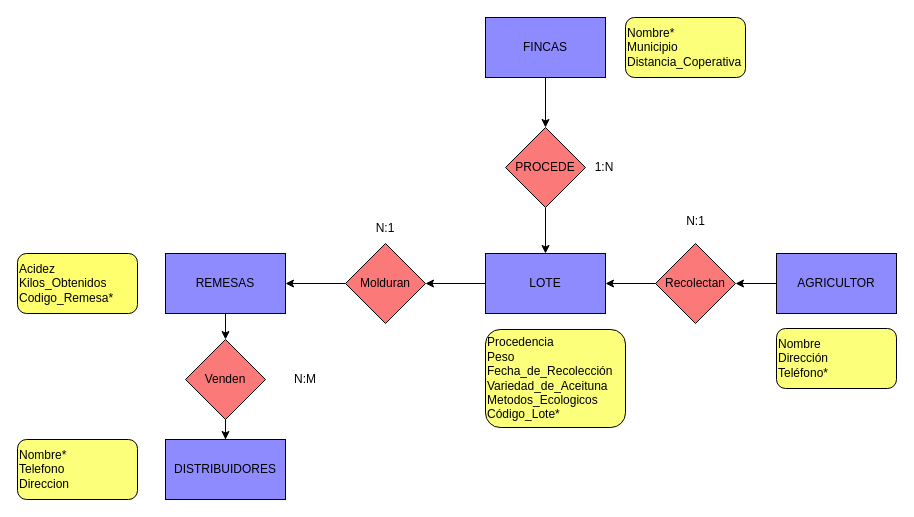
Above: Ejercicio2 Presentacion.drawio in antonionavarro04/diagramas (draw.io), before the change. Source tidied: cells renumbered, new cells numbered last; positions are measured from the earlier drawing's top-left corner, leaving out a move shared by most shapes. Both pictures are drawn from the tidied source at 100%, with x=0, y=0 at pixel (17, 17).
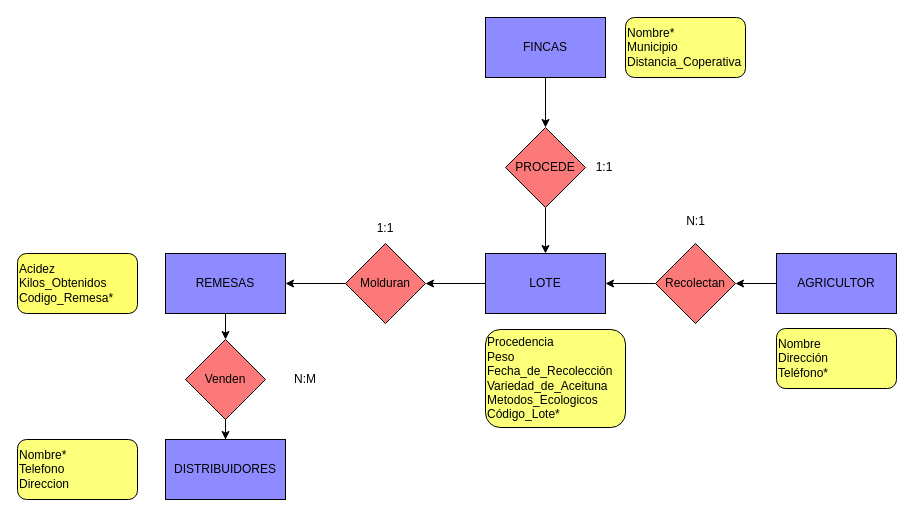
The same page after the edit.

Change to the diagram source:
```diff
@@
-    <mxCell id="20" value="1:N" style="text;html=1;strokeColor=none;fillColor=none;align=center;verticalAlign=middle;whiteSpace=wrap;rounded=0;" parent="1" vertex="1">
+    <mxCell id="20" value="1:1" style="text;html=1;strokeColor=none;fillColor=none;align=center;verticalAlign=middle;whiteSpace=wrap;rounded=0;" parent="1" vertex="1">
       <mxGeometry x="557" y="135" width="60" height="30" as="geometry" />
     </mxCell>
-    <mxCell id="21" value="N:1" style="text;html=1;strokeColor=none;fillColor=none;align=center;verticalAlign=middle;whiteSpace=wrap;rounded=0;" parent="1" vertex="1">
+    <mxCell id="21" value="1:1" style="text;html=1;strokeColor=none;fillColor=none;align=center;verticalAlign=middle;whiteSpace=wrap;rounded=0;" parent="1" vertex="1">
       <mxGeometry x="338" y="196" width="60" height="30" as="geometry" />
     </mxCell>
```
